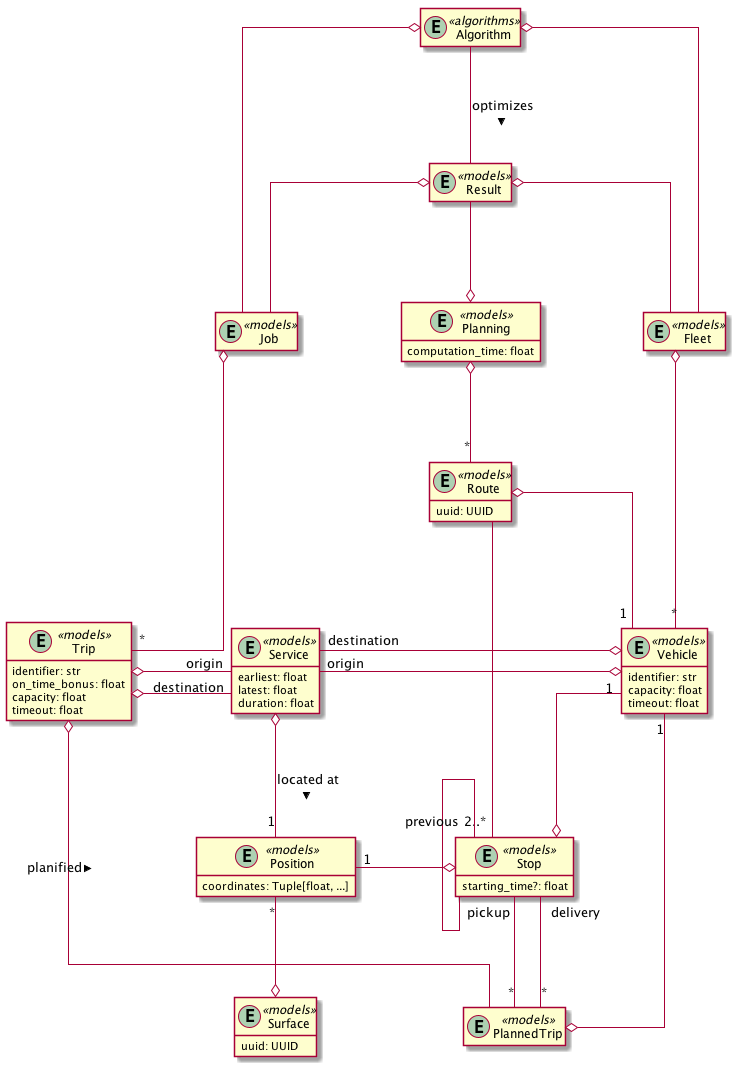
garciparedes/tfg-dial-a-ride-problem keeps this PlantUML diagram as document/img/data-model-overview.png. Above is the earlier version.
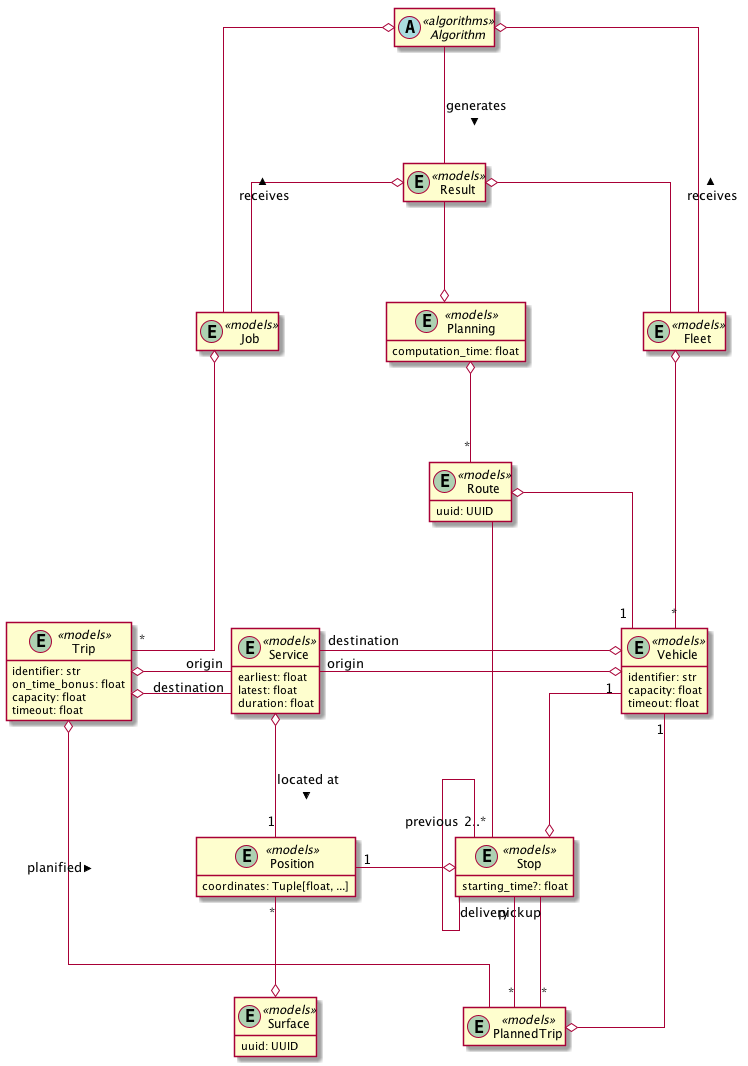
After the commit.

Commit message:
Working on "algorithms" module description.

Change to the diagram source:
```diff
@@ -5,7 +5,7 @@
 hide empty methods
 hide empty attributes
 
-entity Algorithm <<algorithms>>
+abstract class Algorithm <<algorithms>>
 
 entity Vehicle <<models>> {
   identifier: str
@@ -62,12 +62,12 @@
 
 
 Job o-"*" Trip
-Algorithm -- Result: optimizes >
+Algorithm -- Result: generates >
 Result --o Planning
 Result o-- Fleet
 Result o-- Job
-Algorithm o-- Fleet
-Algorithm o-- Job
+Algorithm o-- Fleet: receives <
+Algorithm o-- Job: receives <
 Planning o--"*" Route
 Trip o- PlannedTrip: planified >
 Trip o-right-"origin" Service
```
